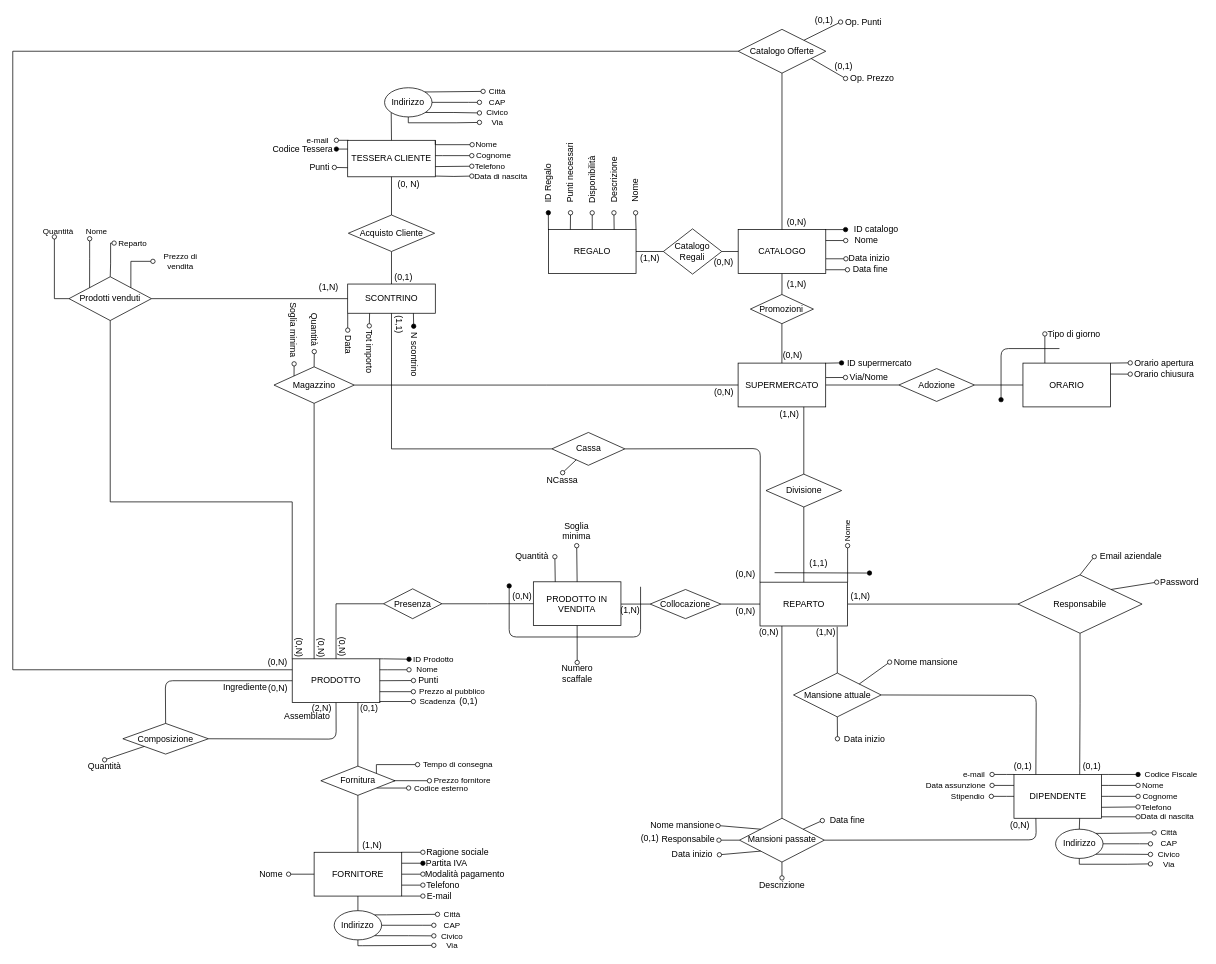
Earlier version of the draw.io diagram page "Pagina-1" (1 of 2) of preparativi/Tentativo_disperatissimo.drawio (Ghianda22/Effelunga). Source tidied: cells renumbered, new cells numbered last; positions are measured from the earlier drawing's top-left corner, leaving out a move shared by most shapes. Both pictures are drawn from the tidied source at 73%, with x=0, y=0 at pixel (12, 12).
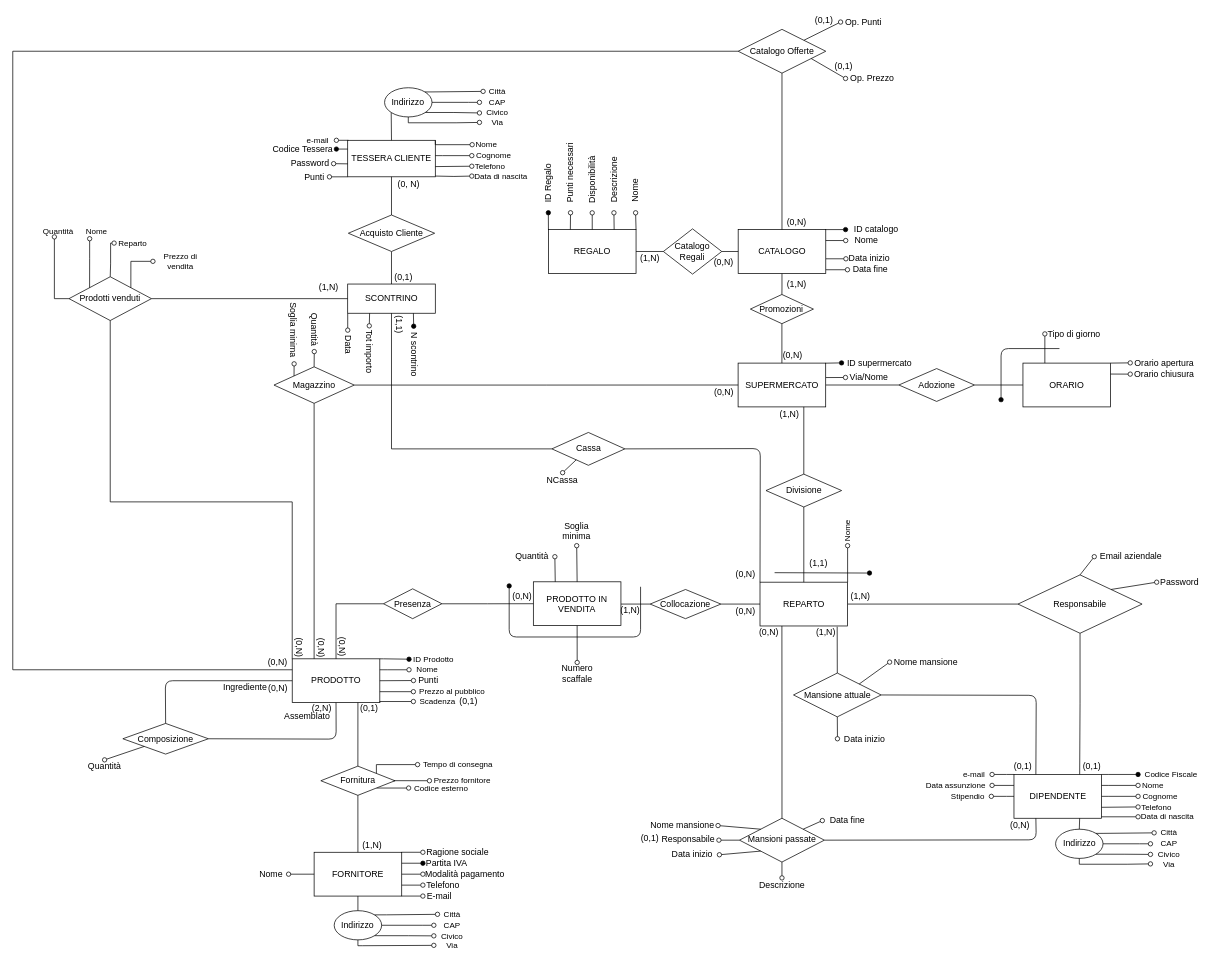
After the change.

Unchanged cells that the change refers to:
```xml
<mxCell id="164" value="TESSERA CLIENTE" style="rounded=0;whiteSpace=wrap;html=1;" parent="1" vertex="1">
  <mxGeometry x="458.8" y="174.7" width="120" height="50" as="geometry" />
</mxCell>
```

Change to the diagram source:
```diff
@@
-    <mxCell id="190" style="endArrow=none;html=1;entryX=0;entryY=0.75;entryDx=0;entryDy=0;endFill=0;startArrow=oval;startFill=0;exitX=1;exitY=0.5;exitDx=0;exitDy=0;" parent="1" edge="1" source="191" target="164">
+    <mxCell id="190" style="endArrow=none;html=1;entryX=0;entryY=1;entryDx=0;entryDy=0;endFill=0;startArrow=oval;startFill=0;exitX=1;exitY=0.5;exitDx=0;exitDy=0;" parent="1" edge="1" source="191" target="164">
       <mxGeometry relative="1" as="geometry" />
     </mxCell>
     <mxCell id="191" value="Punti" style="text;html=1;strokeColor=none;fillColor=none;align=center;verticalAlign=middle;whiteSpace=wrap;rounded=0;" parent="1" vertex="1">
-      <mxGeometry x="400" y="206" width="40.5" height="11.7" as="geometry" />
+      <mxGeometry x="393.3" y="218.9" width="40.5" height="11.7" as="geometry" />
     </mxCell>
@@
+    <mxCell id="268" style="endArrow=none;html=1;entryX=0.001;entryY=0.645;entryDx=0;entryDy=0;endFill=0;startArrow=oval;startFill=0;exitX=1;exitY=0.5;exitDx=0;exitDy=0;entryPerimeter=0;" parent="1" edge="1" source="269" target="164">
+      <mxGeometry relative="1" as="geometry" />
+    </mxCell>
+    <mxCell id="269" value="Password" style="text;html=1;strokeColor=none;fillColor=none;align=center;verticalAlign=middle;whiteSpace=wrap;rounded=0;" parent="1" vertex="1">
+      <mxGeometry x="374.9" y="196.7" width="64.6" height="20" as="geometry" />
+    </mxCell>
```
